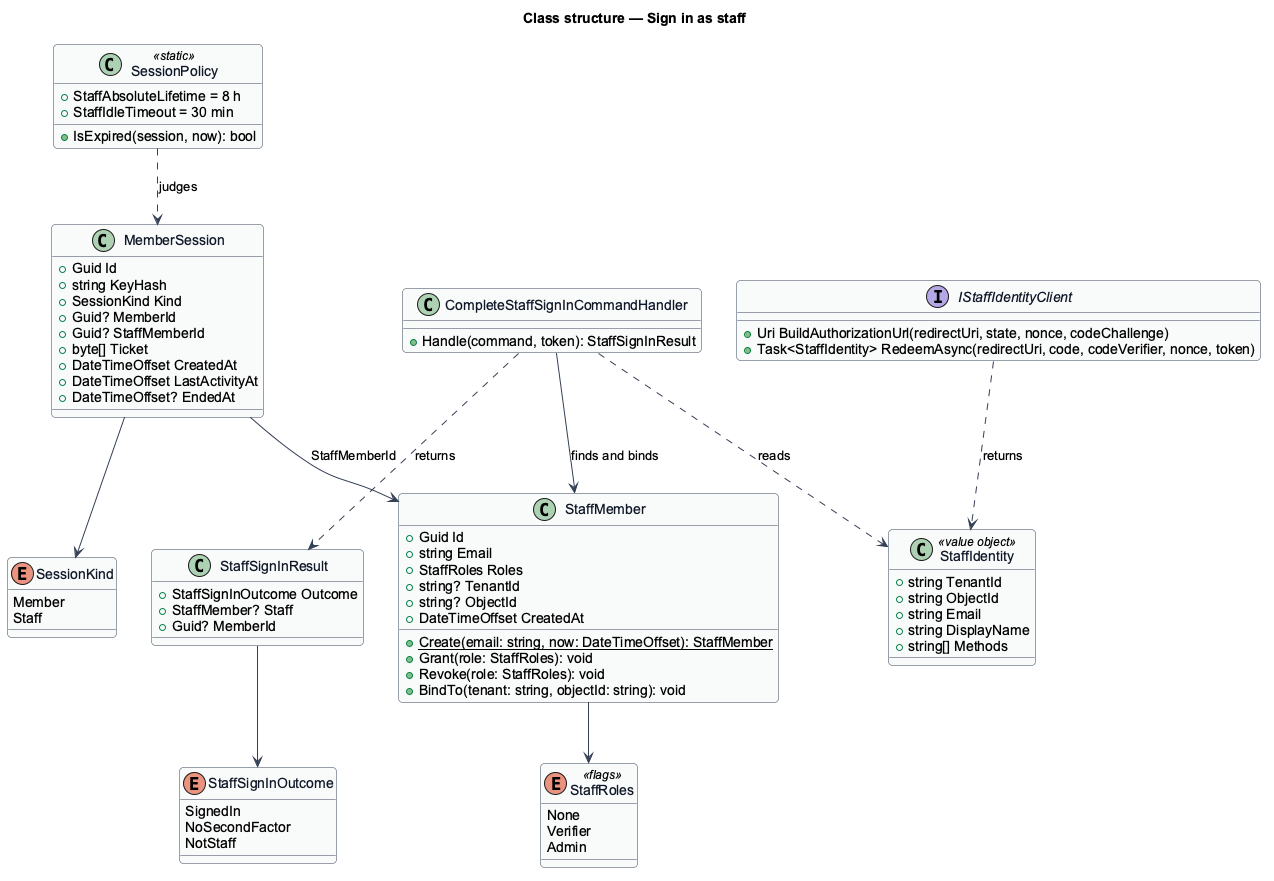
Earlier version of the PlantUML export docs/detailed-designs/accounts/sign-in-as-staff/diagrams/class-structure.png (QuinntyneBrown/jubilee).
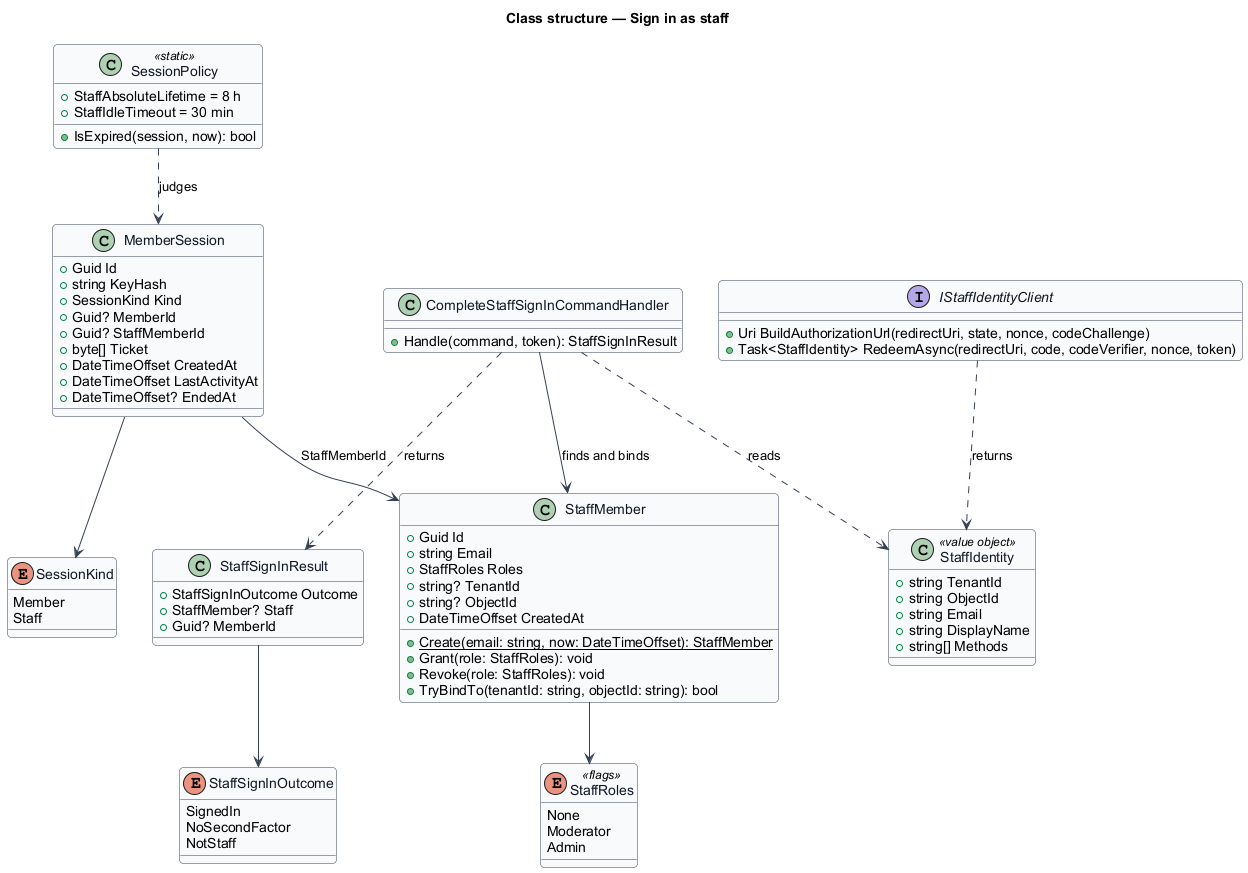
The same file after the commit.

The edit, as a diff of the source:
```diff
@@ -13,7 +13,7 @@
 
 enum StaffRoles <<flags>> {
   None
-  Verifier
+  Moderator
   Admin
 }
 enum StaffSignInOutcome {
@@ -35,7 +35,7 @@
   +{static} Create(email: string, now: DateTimeOffset): StaffMember
   +Grant(role: StaffRoles): void
   +Revoke(role: StaffRoles): void
-  +BindTo(tenant: string, objectId: string): void
+  +TryBindTo(tenantId: string, objectId: string): bool
 }
 class StaffIdentity <<value object>> {
   +string TenantId
```
